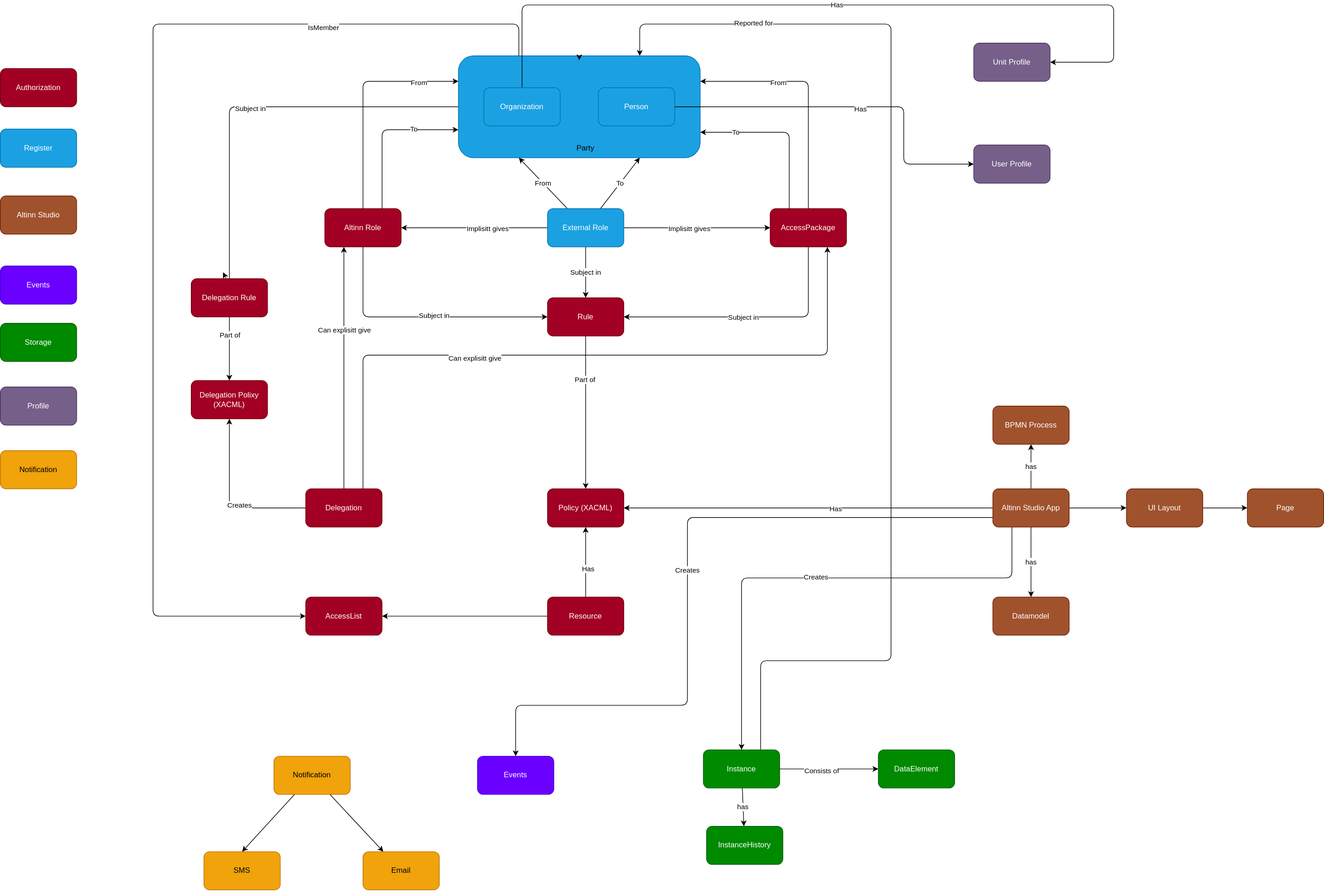
Earlier version of the draw.io export content/technology/architecture/informationmodel/informationmodel.drawio.svg (Altinn/altinn-studio-docs). Source tidied: cells renumbered, new cells last; positions are measured from the earlier drawing's top-left corner, leaving out a move shared by most shapes.
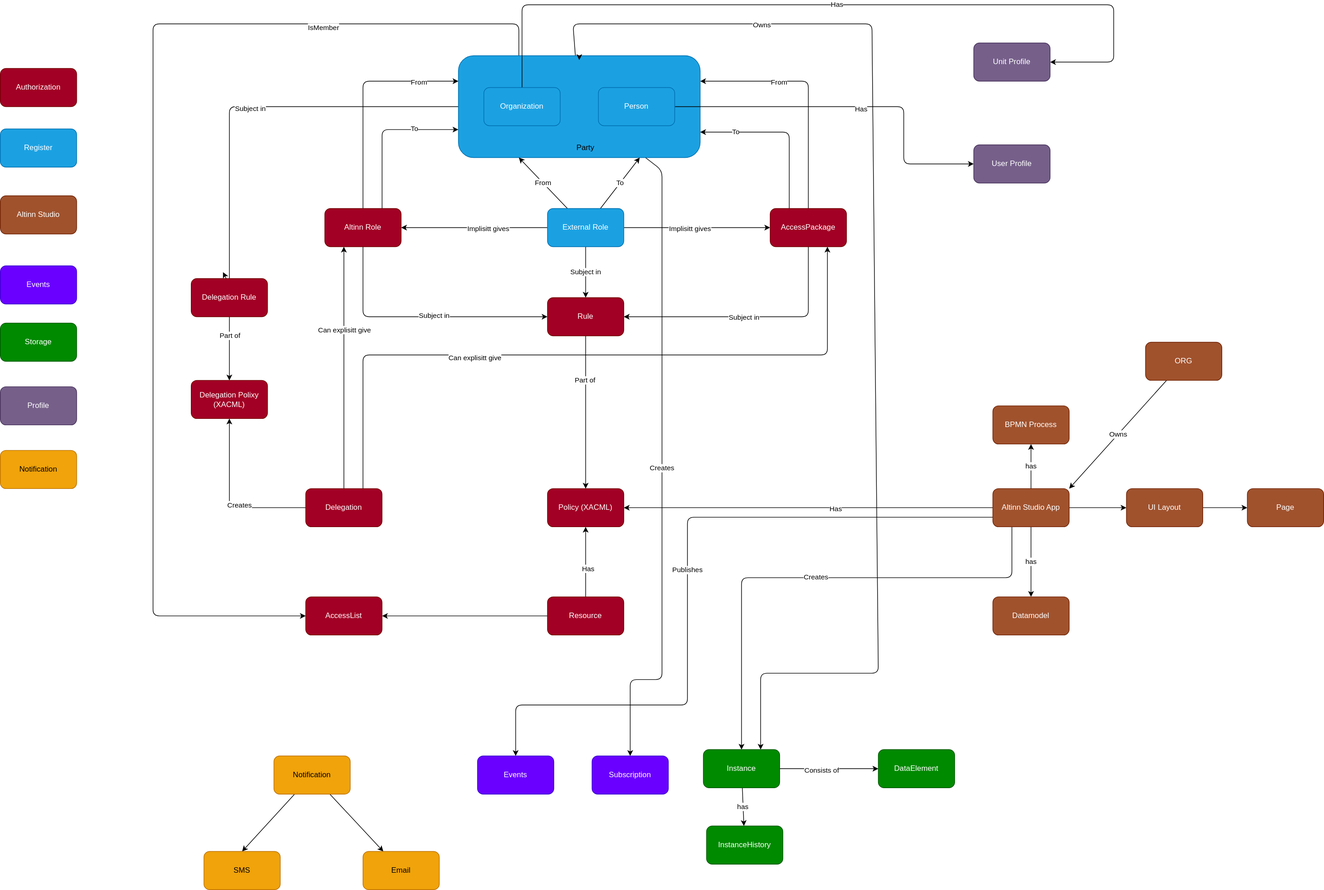
After the change.

The edit, as a diff of the source:
```diff
@@ -26,6 +26,28 @@
     <mxCell id="5" value="Subject in" style="edgeLabel;html=1;align=center;verticalAlign=middle;" parent="4" vertex="1">
       <mxGeometry x="-0.01" y="2" relative="1" as="geometry" />
     </mxCell>
+    <mxCell id="93" style="edgeStyle=none;html=1;entryX=0.75;entryY=0;entryDx=0;entryDy=0;" parent="1" edge="1" source="6" target="70">
+      <mxGeometry relative="1" as="geometry">
+        <Array as="points">
+          <mxPoint x="900" y="30" />
+          <mxPoint x="1370" y="30" />
+          <mxPoint x="1380" y="1050" />
+          <mxPoint x="1195" y="1050" />
+        </Array>
+      </mxGeometry>
+    </mxCell>
+    <mxCell id="94" value="Owns" style="edgeLabel;html=1;align=center;verticalAlign=middle;" parent="93" vertex="1">
+      <mxGeometry x="-0.62" y="-1" relative="1" as="geometry" />
+    </mxCell>
+    <mxCell id="95" value="Creates" style="edgeStyle=none;html=1;entryX=0.5;entryY=0;entryDx=0;entryDy=0;" parent="1" edge="1" source="6" target="98">
+      <mxGeometry relative="1" as="geometry">
+        <Array as="points">
+          <mxPoint x="1040" y="260" />
+          <mxPoint x="1040" y="1060" />
+          <mxPoint x="990" y="1060" />
+        </Array>
+      </mxGeometry>
+    </mxCell>
     <mxCell id="6" style="rounded=1;whiteSpace=wrap;html=1;fillColor=#1ba1e2;strokeColor=#006EAF;fontColor=#ffffff;" parent="1" vertex="1">
       <mxGeometry x="720" y="80" width="380" height="160" as="geometry" />
     </mxCell>
@@ -82,7 +104,7 @@
     <mxCell id="18" value="Creates" style="edgeLabel;html=1;align=center;verticalAlign=middle;" parent="17" vertex="1">
       <mxGeometry y="-2" relative="1" as="geometry" />
     </mxCell>
-    <mxCell id="19" value="Creates" style="edgeStyle=none;html=1;exitX=0;exitY=0.75;exitDx=0;exitDy=0;" parent="1" edge="1" source="20" target="77">
+    <mxCell id="19" value="Publishes" style="edgeStyle=none;html=1;exitX=0;exitY=0.75;exitDx=0;exitDy=0;" parent="1" edge="1" source="20" target="77">
       <mxGeometry relative="1" as="geometry">
         <Array as="points">
           <mxPoint x="1080" y="805" />
@@ -269,19 +291,6 @@
     <mxCell id="66" value="Consists of" style="edgeLabel;html=1;align=center;verticalAlign=middle;" parent="65" vertex="1">
       <mxGeometry x="-0.16" y="-2" relative="1" as="geometry" />
     </mxCell>
-    <mxCell id="67" style="edgeStyle=none;html=1;entryX=0.75;entryY=0;entryDx=0;entryDy=0;exitX=0.75;exitY=0;exitDx=0;exitDy=0;" parent="1" edge="1" source="70" target="6">
-      <mxGeometry relative="1" as="geometry">
-        <Array as="points">
-          <mxPoint x="1195" y="1030" />
-          <mxPoint x="1400" y="1030" />
-          <mxPoint x="1400" y="30" />
-          <mxPoint x="1005" y="30" />
-        </Array>
-      </mxGeometry>
-    </mxCell>
-    <mxCell id="68" value="Reported for" style="edgeLabel;html=1;align=center;verticalAlign=middle;" parent="67" vertex="1">
-      <mxGeometry x="0.74" y="-2" relative="1" as="geometry" />
-    </mxCell>
     <mxCell id="69" value="has" style="edgeStyle=none;html=1;" parent="1" edge="1" source="70" target="72">
       <mxGeometry relative="1" as="geometry" />
     </mxCell>
@@ -354,5 +363,14 @@
     <mxCell id="92" value="Notification" style="rounded=1;whiteSpace=wrap;html=1;fillColor=#f0a30a;fontColor=#000000;strokeColor=#BD7000;" parent="1" vertex="1">
       <mxGeometry y="700" width="120" height="60" as="geometry" />
     </mxCell>
+    <mxCell id="96" value="Owns" style="edgeStyle=none;html=1;entryX=1;entryY=0;entryDx=0;entryDy=0;" parent="1" edge="1" source="97" target="20">
+      <mxGeometry relative="1" as="geometry" />
+    </mxCell>
+    <mxCell id="97" value="ORG" style="rounded=1;whiteSpace=wrap;html=1;fillColor=#a0522d;fontColor=#ffffff;strokeColor=#6D1F00;" parent="1" vertex="1">
+      <mxGeometry x="1800" y="530" width="120" height="60" as="geometry" />
+    </mxCell>
+    <mxCell id="98" value="Subscription" style="rounded=1;whiteSpace=wrap;html=1;fillColor=#6a00ff;fontColor=#ffffff;strokeColor=#3700CC;" parent="1" vertex="1">
+      <mxGeometry x="930" y="1180" width="120" height="60" as="geometry" />
+    </mxCell>
   </root>
 </mxGraphModel>
```
